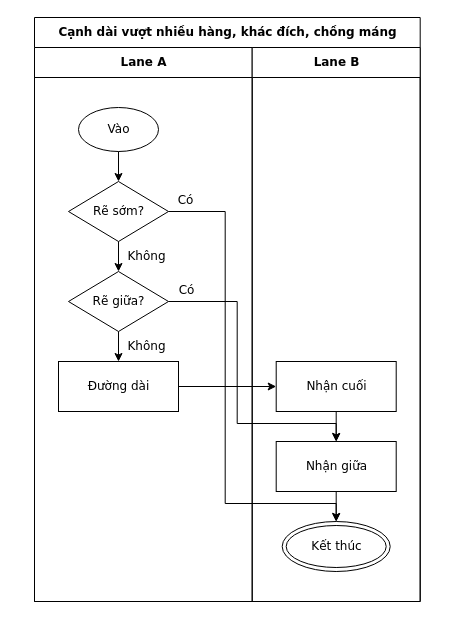
luytbq/flowcast keeps this draw.io diagram as conformance/golden/cases/26-tracks-long-runs.drawio. Above is the earlier version. Source tidied: cells renumbered, new cells numbered last; positions are measured from the earlier drawing's top-left corner, leaving out a move shared by most shapes. Both pictures are drawn from the tidied source at 100%, with x=0, y=0 at pixel (34, 17).
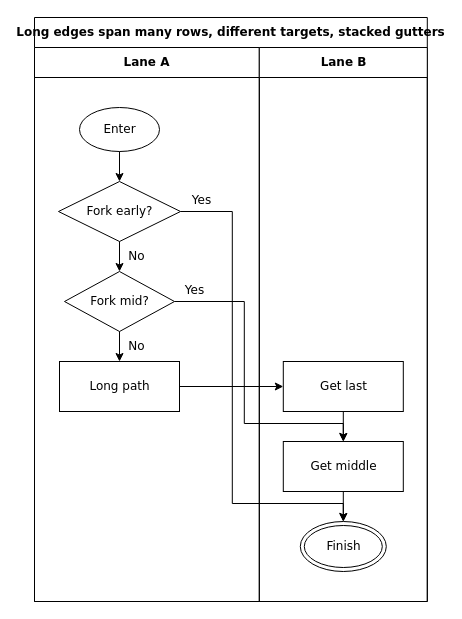
Above is the later version.

Diff of the diagram source:
```diff
@@
-    <mxCell id="2" value="Cạnh dài vượt nhiều hàng, khác đích, chồng máng" style="swimlane;html=1;startSize=30;fontStyle=1;fontFamily=Verdana;fontSize=12;flowtable=1;" parent="1" vertex="1">
-      <mxGeometry width="385.7" height="584" as="geometry" />
+    <mxCell id="2" value="Long edges span many rows, different targets, stacked gutters" style="swimlane;html=1;startSize=30;fontStyle=1;fontFamily=Verdana;fontSize=12;flowtable=1;" parent="1" vertex="1">
+      <mxGeometry width="392.8" height="584" as="geometry" />
     </mxCell>
     <mxCell id="3" value="Lane A" style="swimlane;html=1;startSize=30;fontFamily=Verdana;fontSize=12;flowtable=1;" parent="2" vertex="1">
-      <mxGeometry y="30" width="217.7" height="554" as="geometry" />
+      <mxGeometry y="30" width="224.8" height="554" as="geometry" />
     </mxCell>
     <mxCell id="4" value="Lane B" style="swimlane;html=1;startSize=30;fontFamily=Verdana;fontSize=12;flowtable=1;" parent="2" vertex="1">
-      <mxGeometry x="217.7" y="30" width="168" height="554" as="geometry" />
+      <mxGeometry x="224.8" y="30" width="168" height="554" as="geometry" />
     </mxCell>
-    <mxCell id="5" value="Vào" style="ellipse;html=1;fontFamily=Verdana;fontSize=12;flowtable=1;" parent="3" vertex="1">
-      <mxGeometry x="44" y="60" width="80" height="44" as="geometry" />
+    <mxCell id="5" value="Enter" style="ellipse;html=1;fontFamily=Verdana;fontSize=12;flowtable=1;" parent="3" vertex="1">
+      <mxGeometry x="45" y="60" width="80" height="44" as="geometry" />
     </mxCell>
-    <mxCell id="6" value="Rẽ sớm?" style="rhombus;html=1;fontFamily=Verdana;fontSize=12;flowtable=1;" parent="3" vertex="1">
-      <mxGeometry x="34" y="134" width="100" height="60" as="geometry" />
+    <mxCell id="6" value="Fork early?" style="rhombus;html=1;fontFamily=Verdana;fontSize=12;flowtable=1;" parent="3" vertex="1">
+      <mxGeometry x="24" y="134" width="122" height="60" as="geometry" />
     </mxCell>
-    <mxCell id="7" value="Rẽ giữa?" style="rhombus;html=1;fontFamily=Verdana;fontSize=12;flowtable=1;" parent="3" vertex="1">
-      <mxGeometry x="34" y="224" width="100" height="60" as="geometry" />
+    <mxCell id="7" value="Fork mid?" style="rhombus;html=1;fontFamily=Verdana;fontSize=12;flowtable=1;" parent="3" vertex="1">
+      <mxGeometry x="30" y="224" width="110" height="60" as="geometry" />
     </mxCell>
-    <mxCell id="8" value="Đường dài" style="rounded=0;html=1;fontFamily=Verdana;fontSize=12;flowtable=1;" parent="3" vertex="1">
-      <mxGeometry x="24" y="314" width="120" height="50" as="geometry" />
+    <mxCell id="8" value="Long path" style="rounded=0;html=1;fontFamily=Verdana;fontSize=12;flowtable=1;" parent="3" vertex="1">
+      <mxGeometry x="25" y="314" width="120" height="50" as="geometry" />
     </mxCell>
-    <mxCell id="9" value="Nhận cuối" style="rounded=0;html=1;fontFamily=Verdana;fontSize=12;flowtable=1;" parent="4" vertex="1">
+    <mxCell id="9" value="Get last" style="rounded=0;html=1;fontFamily=Verdana;fontSize=12;flowtable=1;" parent="4" vertex="1">
       <mxGeometry x="24" y="314" width="120" height="50" as="geometry" />
     </mxCell>
-    <mxCell id="10" value="Nhận giữa" style="rounded=0;html=1;fontFamily=Verdana;fontSize=12;flowtable=1;" parent="4" vertex="1">
+    <mxCell id="10" value="Get middle" style="rounded=0;html=1;fontFamily=Verdana;fontSize=12;flowtable=1;" parent="4" vertex="1">
       <mxGeometry x="24" y="394" width="120" height="50" as="geometry" />
     </mxCell>
-    <mxCell id="11" value="Kết thúc" style="shape=doubleEllipse;html=1;fontFamily=Verdana;fontSize=12;flowtable=1;" parent="4" vertex="1">
-      <mxGeometry x="30" y="474" width="108" height="50" as="geometry" />
+    <mxCell id="11" value="Finish" style="shape=doubleEllipse;html=1;fontFamily=Verdana;fontSize=12;flowtable=1;" parent="4" vertex="1">
+      <mxGeometry x="41" y="474" width="86" height="50" as="geometry" />
     </mxCell>
@@
-    <mxCell id="13" value="Có" style="edgeStyle=orthogonalEdgeStyle;rounded=0;jettySize=auto;html=1;labelBackgroundColor=default;exitX=1;exitY=0.5;exitDx=0;exitDy=0;entryX=0.5;entryY=0;entryDx=0;entryDy=0;fontFamily=Verdana;fontSize=12;flowtable=1;" parent="2" edge="1" source="6" target="11">
-      <mxGeometry x="-0.93" relative="1" as="geometry">
+    <mxCell id="13" value="Yes" style="edgeStyle=orthogonalEdgeStyle;rounded=0;jettySize=auto;html=1;labelBackgroundColor=default;exitX=1;exitY=0.5;exitDx=0;exitDy=0;entryX=0.5;entryY=0;entryDx=0;entryDy=0;fontFamily=Verdana;fontSize=12;flowtable=1;" parent="2" edge="1" source="6" target="11">
+      <mxGeometry x="-0.91" relative="1" as="geometry">
         <Array as="points">
-          <mxPoint x="190.7" y="194" />
-          <mxPoint x="190.7" y="486" />
-          <mxPoint x="301.7" y="486" />
+          <mxPoint x="197.8" y="194" />
+          <mxPoint x="197.8" y="486" />
+          <mxPoint x="308.8" y="486" />
         </Array>
         <mxPoint y="-11.5" as="offset" />
       </mxGeometry>
     </mxCell>
-    <mxCell id="14" value="Không" style="edgeStyle=orthogonalEdgeStyle;rounded=0;jettySize=auto;html=1;labelBackgroundColor=default;exitX=0.5;exitY=1;exitDx=0;exitDy=0;entryX=0.5;entryY=0;entryDx=0;entryDy=0;fontFamily=Verdana;fontSize=12;flowtable=1;" parent="2" edge="1" source="6" target="7">
+    <mxCell id="14" value="No" style="edgeStyle=orthogonalEdgeStyle;rounded=0;jettySize=auto;html=1;labelBackgroundColor=default;exitX=0.5;exitY=1;exitDx=0;exitDy=0;entryX=0.5;entryY=0;entryDx=0;entryDy=0;fontFamily=Verdana;fontSize=12;flowtable=1;" parent="2" edge="1" source="6" target="7">
       <mxGeometry x="-0.03" relative="1" as="geometry">
-        <mxPoint x="28.1" as="offset" />
+        <mxPoint x="17.1" as="offset" />
       </mxGeometry>
     </mxCell>
-    <mxCell id="15" value="Có" style="edgeStyle=orthogonalEdgeStyle;rounded=0;jettySize=auto;html=1;labelBackgroundColor=default;exitX=1;exitY=0.5;exitDx=0;exitDy=0;entryX=0.5;entryY=0;entryDx=0;entryDy=0;fontFamily=Verdana;fontSize=12;flowtable=1;" parent="2" edge="1" source="7" target="10">
-      <mxGeometry x="-0.88" relative="1" as="geometry">
+    <mxCell id="15" value="Yes" style="edgeStyle=orthogonalEdgeStyle;rounded=0;jettySize=auto;html=1;labelBackgroundColor=default;exitX=1;exitY=0.5;exitDx=0;exitDy=0;entryX=0.5;entryY=0;entryDx=0;entryDy=0;fontFamily=Verdana;fontSize=12;flowtable=1;" parent="2" edge="1" source="7" target="10">
+      <mxGeometry x="-0.87" relative="1" as="geometry">
         <Array as="points">
-          <mxPoint x="202.7" y="284" />
-          <mxPoint x="202.7" y="406" />
-          <mxPoint x="301.7" y="406" />
+          <mxPoint x="209.8" y="284" />
+          <mxPoint x="209.8" y="406" />
+          <mxPoint x="308.8" y="406" />
         </Array>
         <mxPoint y="-11.5" as="offset" />
       </mxGeometry>
     </mxCell>
-    <mxCell id="16" value="Không" style="edgeStyle=orthogonalEdgeStyle;rounded=0;jettySize=auto;html=1;labelBackgroundColor=default;exitX=0.5;exitY=1;exitDx=0;exitDy=0;entryX=0.5;entryY=0;entryDx=0;entryDy=0;fontFamily=Verdana;fontSize=12;flowtable=1;" parent="2" edge="1" source="7" target="8">
+    <mxCell id="16" value="No" style="edgeStyle=orthogonalEdgeStyle;rounded=0;jettySize=auto;html=1;labelBackgroundColor=default;exitX=0.5;exitY=1;exitDx=0;exitDy=0;entryX=0.5;entryY=0;entryDx=0;entryDy=0;fontFamily=Verdana;fontSize=12;flowtable=1;" parent="2" edge="1" source="7" target="8">
       <mxGeometry x="-0.03" relative="1" as="geometry">
-        <mxPoint x="28.1" as="offset" />
+        <mxPoint x="17.1" as="offset" />
       </mxGeometry>
     </mxCell>
```
